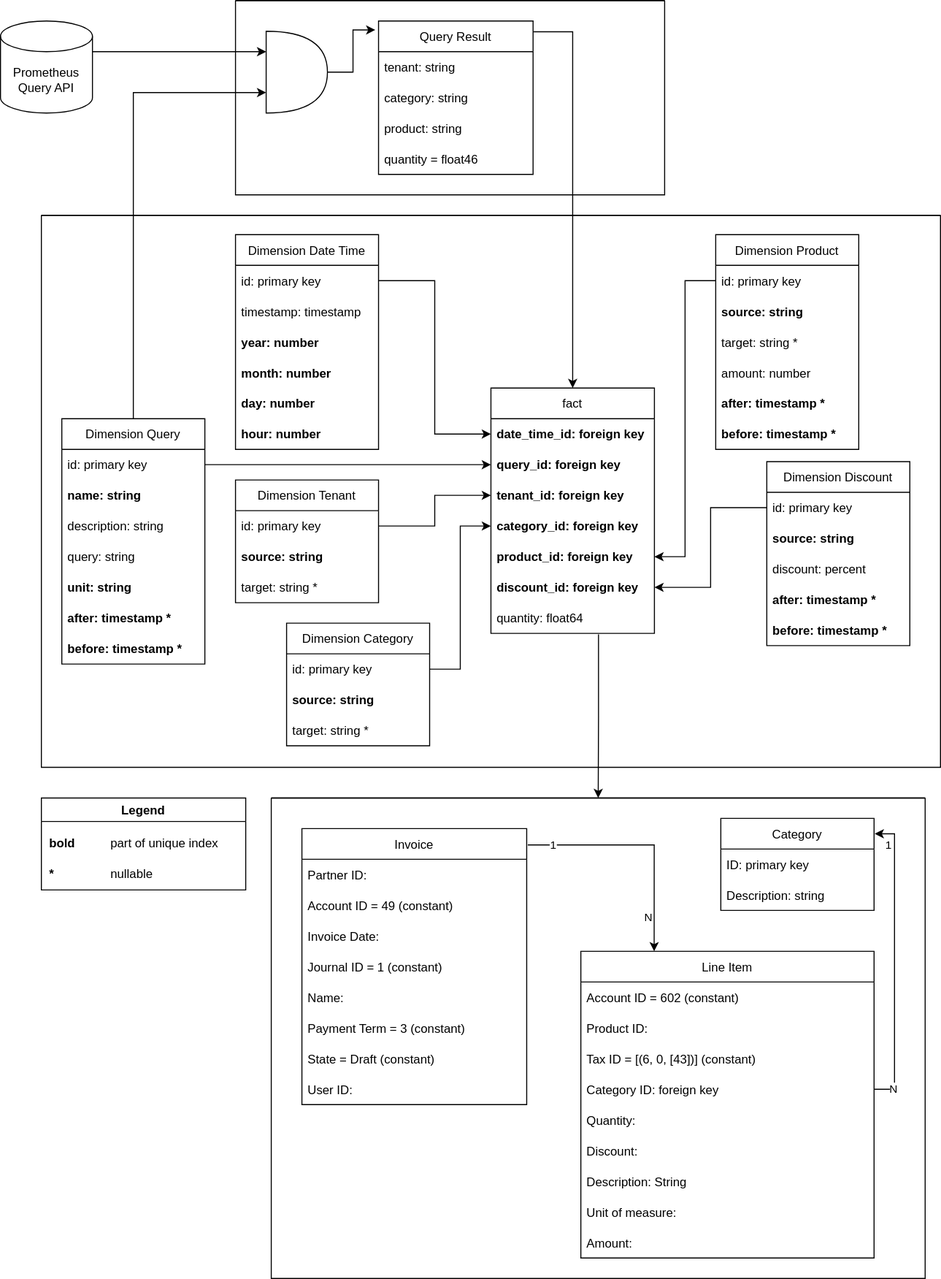
Earlier version of the draw.io export docs/modules/ROOT/assets/images/system/data-model-billing.drawio.svg (appuio/appuio-io-docs). Source tidied: cells renumbered, new cells last; positions are measured from the earlier drawing's top-left corner, leaving out a move shared by most shapes.
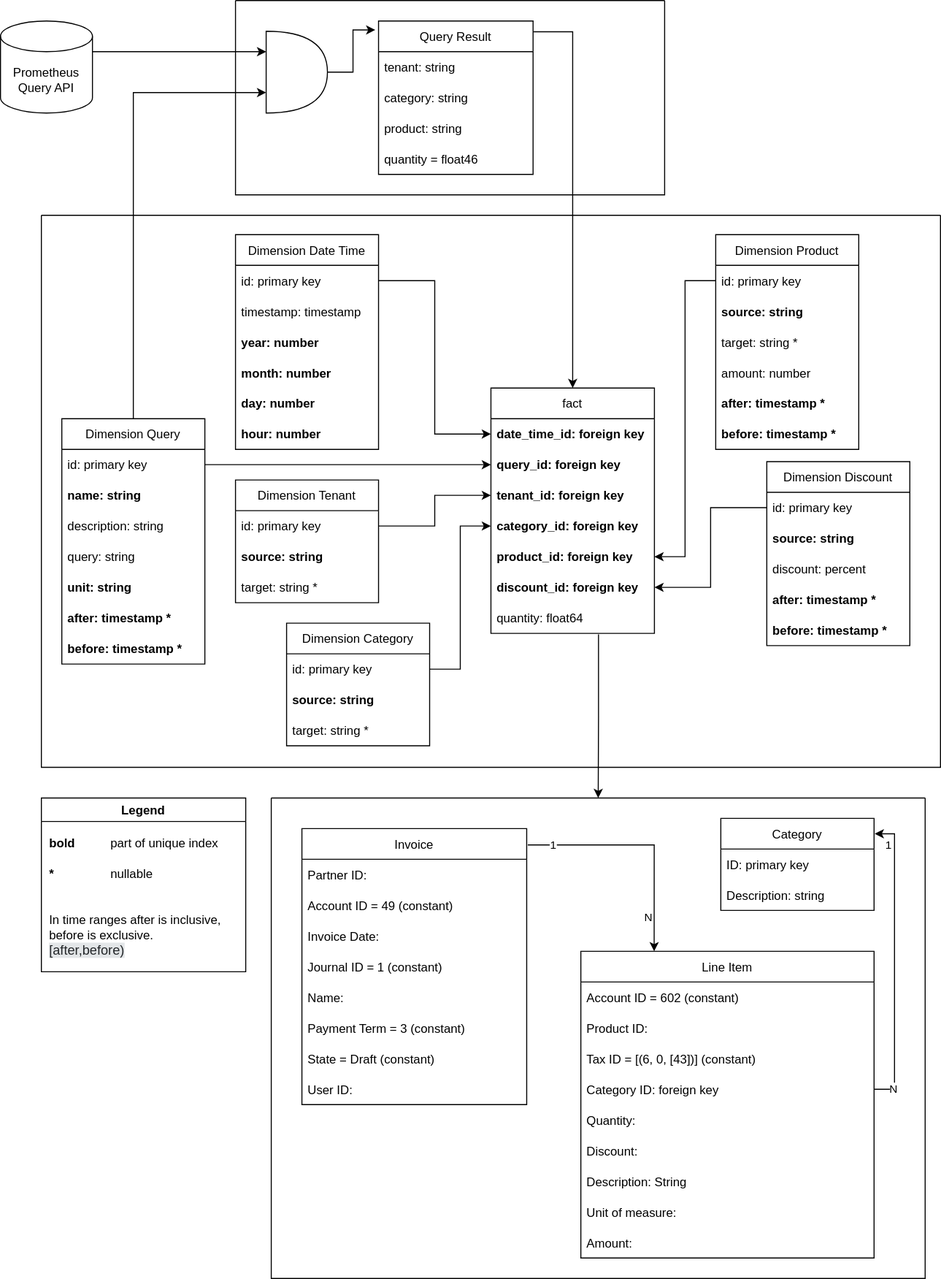
Above is the later version.

Commit message:
Clarify after/before inclusiveness

Change to the diagram source:
```diff
@@ -286,7 +286,7 @@
       <mxGeometry relative="1" as="geometry" />
     </mxCell>
     <mxCell id="95" value="Legend" style="swimlane;fontColor=#000000;" parent="1" vertex="1">
-      <mxGeometry x="40" y="780" width="200" height="90" as="geometry" />
+      <mxGeometry x="40" y="780" width="200" height="170" as="geometry" />
     </mxCell>
     <mxCell id="96" value="bold" style="text;html=1;strokeColor=none;fillColor=none;align=left;verticalAlign=middle;whiteSpace=wrap;rounded=0;fontColor=#000000;fontStyle=1;spacingLeft=6;spacingBottom=6;spacingTop=6;" parent="95" vertex="1">
       <mxGeometry y="30" width="60" height="30" as="geometry" />
@@ -300,5 +300,8 @@
     <mxCell id="99" value="nullable" style="text;html=1;strokeColor=none;fillColor=none;align=left;verticalAlign=middle;whiteSpace=wrap;rounded=0;fontColor=#000000;fontStyle=0;spacingLeft=6;spacingBottom=6;spacingTop=6;" parent="95" vertex="1">
       <mxGeometry x="60" y="60" width="140" height="30" as="geometry" />
     </mxCell>
+    <mxCell id="100" value="In time ranges after is inclusive, before is exclusive.&lt;span style=&quot;background-color: rgb(248 , 249 , 250)&quot;&gt;&lt;br&gt;&lt;/span&gt;&lt;font color=&quot;#232629&quot;&gt;&lt;span style=&quot;font-size: 13px ; background-color: rgb(227 , 230 , 232)&quot;&gt;[after,before)&lt;/span&gt;&lt;/font&gt;" style="text;html=1;strokeColor=none;fillColor=none;align=left;verticalAlign=middle;whiteSpace=wrap;rounded=0;fontColor=#000000;fontStyle=0;spacingLeft=6;spacingBottom=6;spacingTop=6;" parent="95" vertex="1">
+      <mxGeometry y="100" width="200" height="70" as="geometry" />
+    </mxCell>
   </root>
 </mxGraphModel>
```
